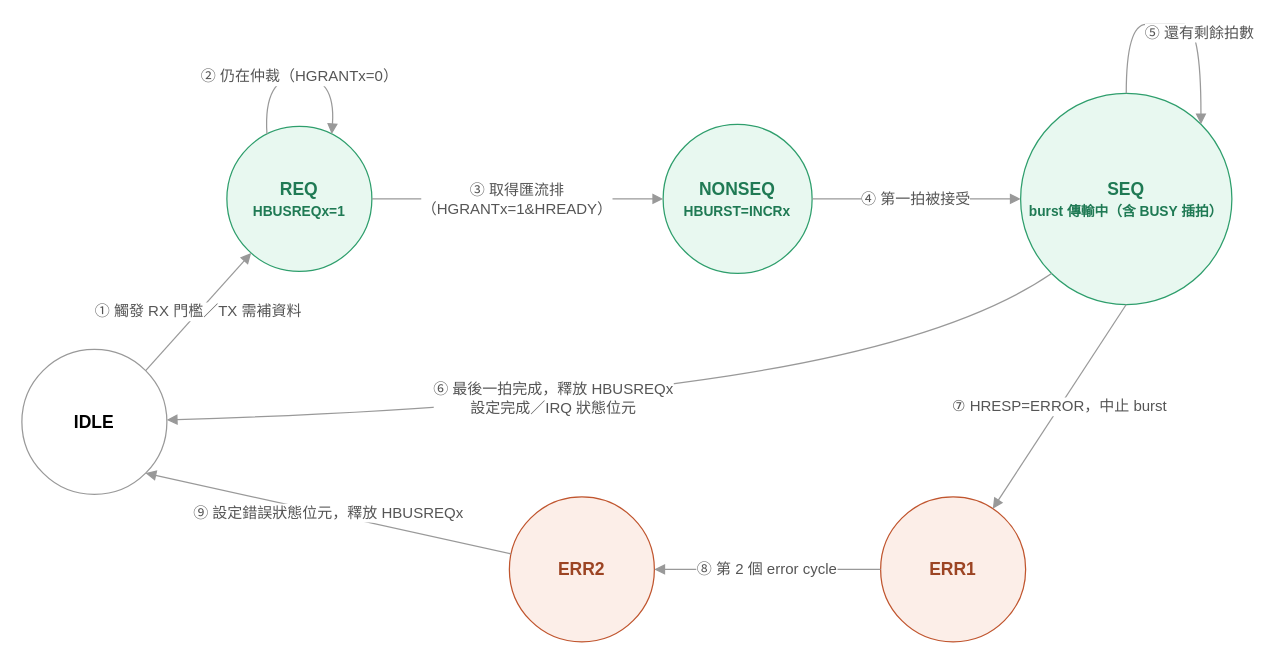
shj-F115112128/SOC_Practice keeps this draw.io diagram as HW1/Upload/ahb_master_fsm.drawio. Above is the earlier version. Source tidied: cells renumbered, new cells numbered last; positions are measured from the earlier drawing's top-left corner, leaving out a move shared by most shapes. Both pictures are drawn from the tidied source at 125%, with x=0, y=0 at pixel (21, 24).
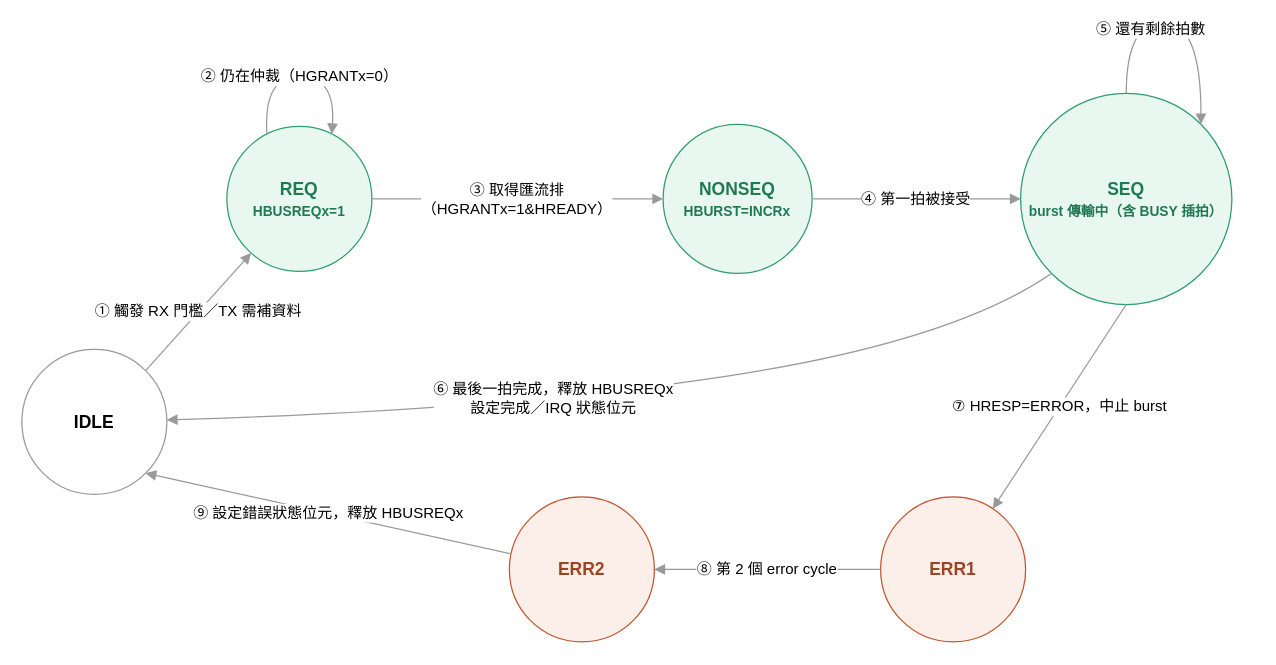
After the change.

The change refers to these unchanged cells:
```xml
<mxCell id="2" value="IDLE" style="ellipse;whiteSpace=wrap;html=1;fillColor=#FFFFFF;strokeColor=#999999;fontSize=14;fontStyle=1;" parent="1" vertex="1">
  <mxGeometry y="260" width="116" height="116" as="geometry" />
</mxCell>
<mxCell id="3" value="REQ&#10;&lt;font style=&quot;font-size:11px&quot; color=&quot;#1F7A54&quot;&gt;HBUSREQx=1&lt;/font&gt;" style="ellipse;whiteSpace=wrap;html=1;fillColor=#E8F8F0;strokeColor=#2E9E6C;fontColor=#1F7A54;fontSize=14;fontStyle=1;" parent="1" vertex="1">
  <mxGeometry x="164" y="81.6" width="116" height="116" as="geometry" />
</mxCell>
<mxCell id="4" value="NONSEQ&#10;&lt;font style=&quot;font-size:11px&quot; color=&quot;#1F7A54&quot;&gt;HBURST=INCRx&lt;/font&gt;" style="ellipse;whiteSpace=wrap;html=1;fillColor=#E8F8F0;strokeColor=#2E9E6C;fontColor=#1F7A54;fontSize=14;fontStyle=1;" parent="1" vertex="1">
  <mxGeometry x="513" y="80" width="119.2" height="119.2" as="geometry" />
</mxCell>
<mxCell id="5" value="SEQ&#10;&lt;font style=&quot;font-size:11px&quot; color=&quot;#1F7A54&quot;&gt;burst 傳輸中（含 BUSY 插拍）&lt;/font&gt;" style="ellipse;whiteSpace=wrap;html=1;fillColor=#E8F8F0;strokeColor=#2E9E6C;fontColor=#1F7A54;fontSize=14;fontStyle=1;" parent="1" vertex="1">
  <mxGeometry x="799" y="55.1" width="169" height="169" as="geometry" />
</mxCell>
<mxCell id="6" value="ERR1" style="ellipse;whiteSpace=wrap;html=1;fillColor=#FCEEE8;strokeColor=#C0552E;fontColor=#9C4423;fontSize=14;fontStyle=1;" parent="1" vertex="1">
  <mxGeometry x="687" y="378" width="116" height="116" as="geometry" />
</mxCell>
<mxCell id="7" value="ERR2" style="ellipse;whiteSpace=wrap;html=1;fillColor=#FCEEE8;strokeColor=#C0552E;fontColor=#9C4423;fontSize=14;fontStyle=1;" parent="1" vertex="1">
  <mxGeometry x="390" y="378" width="116" height="116" as="geometry" />
</mxCell>
```

The edit, as a diff of the source:
```diff
@@
-    <mxCell id="8" value="&lt;font style=&quot;font-size: 12px;&quot;&gt;① 觸發 RX 門檻／TX 需補資料&lt;/font&gt;" style="curved=1;endArrow=block;html=1;strokeColor=#999999;fontSize=11;fontColor=#555555;exitX=1;exitY=0;exitDx=0;exitDy=0;" parent="1" edge="1" source="2" target="3">
+    <mxCell id="8" value="&lt;font style=&quot;font-size: 12px; color: light-dark(rgb(0, 0, 0), rgb(102, 102, 102));&quot;&gt;① 觸發 RX 門檻／TX 需補資料&lt;/font&gt;" style="curved=1;endArrow=block;html=1;strokeColor=#999999;fontSize=11;fontColor=#555555;exitX=1;exitY=0;exitDx=0;exitDy=0;" parent="1" edge="1" source="2" target="3">
       <mxGeometry relative="1" as="geometry" />
     </mxCell>
-    <mxCell id="9" value="&lt;font style=&quot;font-size: 12px;&quot;&gt;② 仍在仲裁（HGRANTx=0）&lt;/font&gt;" style="curved=1;endArrow=block;html=1;strokeColor=#999999;fontSize=11;fontColor=#555555;exitX=0.25;exitY=0;exitDx=0;exitDy=0;entryX=0.75;entryY=0;entryDx=0;entryDy=0;" parent="1" edge="1" source="3" target="3">
+    <mxCell id="9" value="&lt;font style=&quot;font-size: 12px; color: light-dark(rgb(0, 0, 0), rgb(102, 102, 102));&quot;&gt;② 仍在仲裁（HGRANTx=0）&lt;/font&gt;" style="curved=1;endArrow=block;html=1;strokeColor=#999999;fontSize=11;fontColor=#555555;exitX=0.25;exitY=0;exitDx=0;exitDy=0;entryX=0.75;entryY=0;entryDx=0;entryDy=0;" parent="1" edge="1" source="3" target="3">
       <mxGeometry relative="1" as="geometry">
         <Array as="points">
           <mxPoint x="193" y="41.6" />
           <mxPoint x="251" y="41.6" />
         </Array>
       </mxGeometry>
     </mxCell>
-    <mxCell id="10" value="&lt;font style=&quot;font-size: 12px;&quot;&gt;③ 取得匯流排&lt;/font&gt;&lt;div&gt;&lt;font style=&quot;font-size: 12px;&quot;&gt;（HGRANTx=1&amp;amp;HREADY）&lt;/font&gt;&lt;/div&gt;" style="curved=1;endArrow=block;html=1;strokeColor=#999999;fontSize=11;fontColor=#555555;" parent="1" edge="1" source="3" target="4">
+    <mxCell id="10" value="&lt;font style=&quot;font-size: 12px; color: light-dark(rgb(0, 0, 0), rgb(102, 102, 102));&quot;&gt;③ 取得匯流排&lt;/font&gt;&lt;div&gt;&lt;font style=&quot;font-size: 12px; color: light-dark(rgb(0, 0, 0), rgb(102, 102, 102));&quot;&gt;（HGRANTx=1&amp;amp;HREADY）&lt;/font&gt;&lt;/div&gt;" style="curved=1;endArrow=block;html=1;strokeColor=#999999;fontSize=11;fontColor=#555555;" parent="1" edge="1" source="3" target="4">
       <mxGeometry relative="1" as="geometry" />
     </mxCell>
-    <mxCell id="11" value="&lt;font style=&quot;font-size: 12px;&quot;&gt;④ 第一拍被接受&lt;/font&gt;" style="curved=1;endArrow=block;html=1;strokeColor=#999999;fontSize=11;fontColor=#555555;entryX=0;entryY=0.5;entryDx=0;entryDy=0;exitX=1;exitY=0.5;exitDx=0;exitDy=0;" parent="1" edge="1" source="4" target="5">
+    <mxCell id="11" value="&lt;font style=&quot;font-size: 12px; color: light-dark(rgb(0, 0, 0), rgb(102, 102, 102));&quot;&gt;④ 第一拍被接受&lt;/font&gt;" style="curved=1;endArrow=block;html=1;strokeColor=#999999;fontSize=11;fontColor=#555555;entryX=0;entryY=0.5;entryDx=0;entryDy=0;exitX=1;exitY=0.5;exitDx=0;exitDy=0;" parent="1" edge="1" source="4" target="5">
       <mxGeometry relative="1" as="geometry" />
     </mxCell>
-    <mxCell id="12" value="&lt;font style=&quot;font-size: 12px;&quot;&gt;⑤ 還有剩餘拍數&lt;/font&gt;" style="curved=1;endArrow=block;html=1;strokeColor=#999999;fontSize=11;fontColor=#555555;exitX=0.5;exitY=0;exitDx=0;exitDy=0;entryX=1;entryY=0;entryDx=0;entryDy=0;edgeStyle=orthogonalEdgeStyle;innerLoopWaypoints=1;" parent="1" edge="1" source="5" target="5">
-      <mxGeometry x="0.17" y="-7" relative="1" as="geometry">
+    <mxCell id="12" value="&lt;font style=&quot;font-size: 12px; color: light-dark(rgb(0, 0, 0), rgb(102, 102, 102));&quot;&gt;⑤ 還有剩餘拍數&lt;/font&gt;" style="curved=1;endArrow=block;html=1;strokeColor=#999999;fontSize=11;fontColor=#555555;exitX=0.5;exitY=0;exitDx=0;exitDy=0;entryX=1;entryY=0;entryDx=0;entryDy=0;edgeStyle=orthogonalEdgeStyle;innerLoopWaypoints=1;" parent="1" edge="1" source="5" target="5">
+      <mxGeometry x="-0.23" y="-6" relative="1" as="geometry">
         <Array as="points">
-          <mxPoint x="915.5" />
-          <mxPoint x="975.3" />
+          <mxPoint x="883.5" y="-1.7" />
+          <mxPoint x="943.3" y="-1.7" />
         </Array>
       </mxGeometry>
     </mxCell>
-    <mxCell id="13" value="&lt;font style=&quot;font-size: 12px;&quot;&gt;⑥ 最後一拍完成，釋放 HBUSREQx&lt;br&gt;設定完成／IRQ 狀態位元&lt;/font&gt;" style="curved=1;endArrow=block;html=1;strokeColor=#999999;fontSize=11;fontColor=#555555;exitX=0;exitY=1;exitDx=0;exitDy=0;" parent="1" edge="1" source="5" target="2">
+    <mxCell id="13" value="&lt;font style=&quot;font-size: 12px; color: light-dark(rgb(0, 0, 0), rgb(102, 102, 102));&quot;&gt;⑥ 最後一拍完成，釋放 HBUSREQx&lt;br&gt;設定完成／IRQ 狀態位元&lt;/font&gt;" style="curved=1;endArrow=block;html=1;strokeColor=#999999;fontSize=11;fontColor=#555555;exitX=0;exitY=1;exitDx=0;exitDy=0;" parent="1" edge="1" source="5" target="2">
       <mxGeometry x="0.15" y="-3.35" relative="1" as="geometry">
         <Array as="points">
           <mxPoint x="744.2" y="253.8" />
           <mxPoint x="387" y="308.5" />
         </Array>
       </mxGeometry>
     </mxCell>
-    <mxCell id="14" value="&lt;font style=&quot;font-size: 12px;&quot;&gt;⑦ HRESP=ERROR，中止 burst&lt;/font&gt;" style="curved=1;endArrow=block;html=1;strokeColor=#999999;fontSize=11;fontColor=#555555;exitX=0.5;exitY=1;exitDx=0;exitDy=0;" parent="1" edge="1" source="5" target="6">
+    <mxCell id="14" value="&lt;font style=&quot;font-size: 12px; color: light-dark(rgb(0, 0, 0), rgb(102, 102, 102));&quot;&gt;⑦ HRESP=ERROR，中止 burst&lt;/font&gt;" style="curved=1;endArrow=block;html=1;strokeColor=#999999;fontSize=11;fontColor=#555555;exitX=0.5;exitY=1;exitDx=0;exitDy=0;" parent="1" edge="1" source="5" target="6">
       <mxGeometry relative="1" as="geometry" />
     </mxCell>
-    <mxCell id="15" value="&lt;font style=&quot;font-size: 12px;&quot;&gt;⑧ 第 2 個 error cycle&lt;/font&gt;" style="curved=1;endArrow=block;html=1;strokeColor=#999999;fontSize=11;fontColor=#555555;" parent="1" edge="1" source="6" target="7">
+    <mxCell id="15" value="&lt;font style=&quot;font-size: 12px; color: light-dark(rgb(0, 0, 0), rgb(102, 102, 102));&quot;&gt;⑧ 第 2 個 error cycle&lt;/font&gt;" style="curved=1;endArrow=block;html=1;strokeColor=#999999;fontSize=11;fontColor=#555555;" parent="1" edge="1" source="6" target="7">
       <mxGeometry relative="1" as="geometry" />
     </mxCell>
-    <mxCell id="16" value="&lt;font style=&quot;font-size: 12px;&quot;&gt;⑨ 設定錯誤狀態位元，釋放 HBUSREQx&lt;/font&gt;" style="curved=1;endArrow=block;html=1;strokeColor=#999999;fontSize=11;fontColor=#555555;entryX=1;entryY=1;entryDx=0;entryDy=0;" parent="1" edge="1" source="7" target="2">
+    <mxCell id="16" value="&lt;font style=&quot;font-size: 12px; color: light-dark(rgb(0, 0, 0), rgb(102, 102, 102));&quot;&gt;⑨ 設定錯誤狀態位元，釋放 HBUSREQx&lt;/font&gt;" style="curved=1;endArrow=block;html=1;strokeColor=#999999;fontSize=11;fontColor=#555555;entryX=1;entryY=1;entryDx=0;entryDy=0;" parent="1" edge="1" source="7" target="2">
       <mxGeometry relative="1" as="geometry" />
     </mxCell>
```
